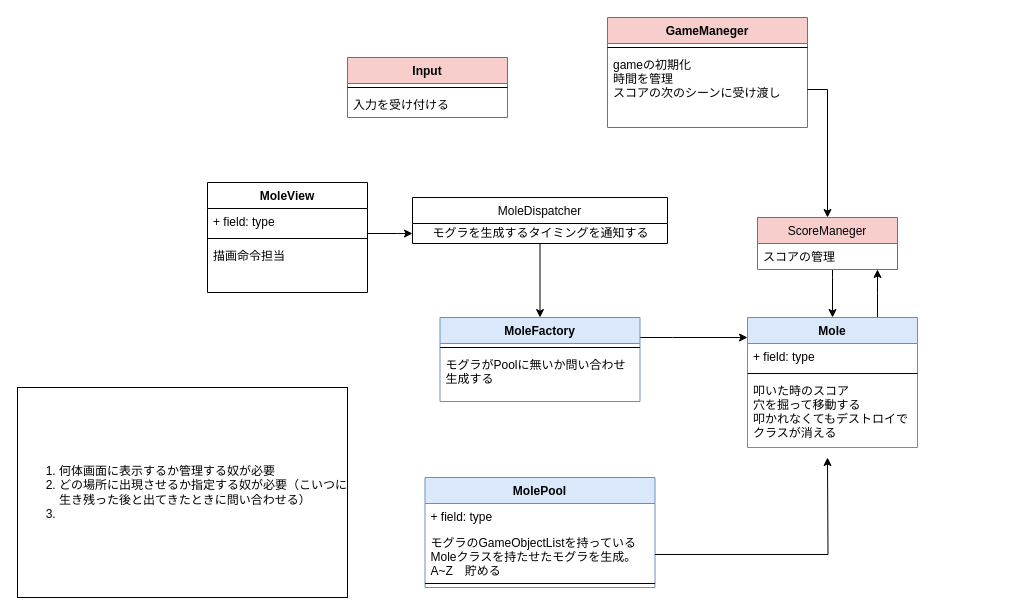
This is Untitled Diagram.drawio from yanoharuto/Unity1Week, a draw.io file, before an edit. Source tidied: cells renumbered, new cells numbered last; positions are measured from the earlier drawing's top-left corner, leaving out a move shared by most shapes. Both pictures are drawn from the tidied source at 100%, with x=0, y=0 at pixel (17, 17).
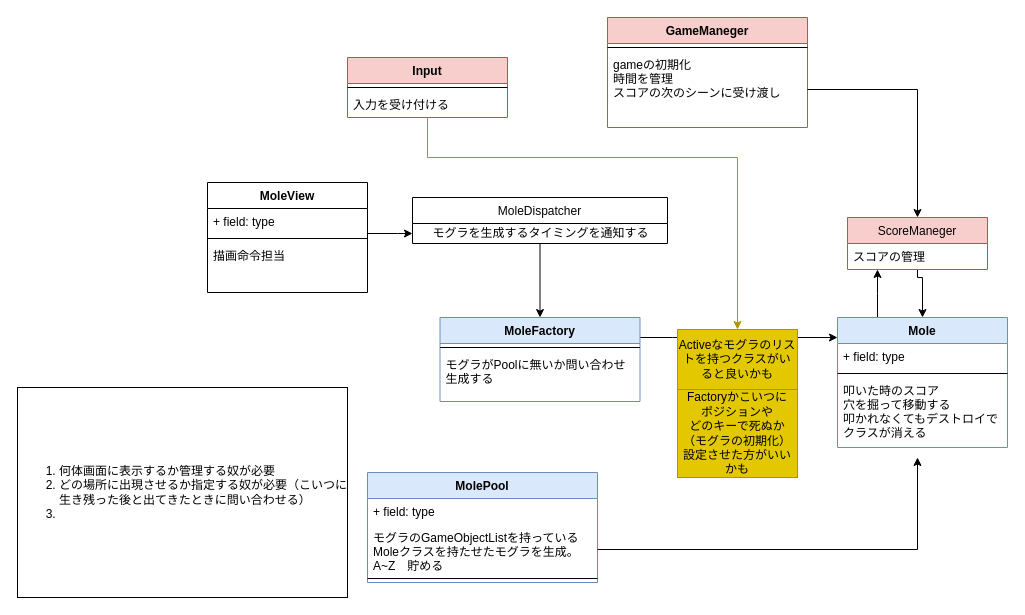
After the change.

Unchanged cells that the change refers to:
```xml
<mxCell id="4" value="入力を受け付ける" style="text;strokeColor=none;fillColor=none;align=left;verticalAlign=top;spacingLeft=4;spacingRight=4;overflow=hidden;points=[[0,0.5],[1,0.5]];portConstraint=eastwest;" parent="2" vertex="1">
  <mxGeometry y="34" width="160" height="26" as="geometry" />
</mxCell>
<mxCell id="15" value="モグラのGameObjectListを持っている&#10;Moleクラスを持たせたモグラを生成。&#10;A~Z　貯める" style="text;strokeColor=none;fillColor=none;align=left;verticalAlign=top;spacingLeft=4;spacingRight=4;overflow=hidden;points=[[0,0.5],[1,0.5]];portConstraint=eastwest;" parent="13" vertex="1">
  <mxGeometry y="52" width="230" height="50" as="geometry" />
</mxCell>
```

Change to the diagram source:
```diff
@@
     <mxCell id="9" value="Mole" style="swimlane;fontStyle=1;align=center;verticalAlign=top;horizontal=1;startSize=26;fillColor=#dae8fc;strokeColor=#6c8ebf;" parent="1" vertex="1">
-      <mxGeometry x="730" y="300" width="170" height="130" as="geometry" />
+      <mxGeometry x="820" y="300" width="170" height="130" as="geometry" />
     </mxCell>
@@
     <mxCell id="13" value="MolePool" style="swimlane;fontStyle=1;align=center;verticalAlign=top;horizontal=1;startSize=26;fillColor=#dae8fc;strokeColor=#6c8ebf;" parent="1" vertex="1">
-      <mxGeometry x="407.5" y="460" width="230" height="110" as="geometry" />
+      <mxGeometry x="350" y="455" width="230" height="110" as="geometry" />
     </mxCell>
@@
     <mxCell id="28" style="edgeStyle=orthogonalEdgeStyle;rounded=0;jettySize=auto;html=1;entryX=0.5;entryY=0;entryDx=0;entryDy=0;" parent="1" edge="1" source="29" target="9">
       <mxGeometry relative="1" as="geometry">
         <Array as="points">
-          <mxPoint x="815" y="260" />
-          <mxPoint x="815" y="260" />
+          <mxPoint x="900" y="260" />
+          <mxPoint x="905" y="260" />
         </Array>
       </mxGeometry>
     </mxCell>
     <mxCell id="29" value="ScoreManeger" style="swimlane;fontStyle=0;horizontal=1;startSize=26;fillColor=#f8cecc;strokeColor=#b85450;" parent="1" vertex="1">
-      <mxGeometry x="740" y="200" width="140" height="52" as="geometry" />
+      <mxGeometry x="830" y="200" width="140" height="52" as="geometry" />
     </mxCell>
@@
     <mxCell id="34" style="edgeStyle=orthogonalEdgeStyle;rounded=0;jettySize=auto;html=1;" parent="1" edge="1" source="15">
       <mxGeometry relative="1" as="geometry">
-        <mxPoint x="810" y="440" as="targetPoint" />
+        <mxPoint x="900" y="440" as="targetPoint" />
+        <Array as="points">
+          <mxPoint x="900" y="532" />
+          <mxPoint x="900" y="440" />
+        </Array>
       </mxGeometry>
     </mxCell>
+    <mxCell id="35" value="Activeなモグラのリストを持つクラスがいると良いかも" style="rounded=0;whiteSpace=wrap;html=1;fillColor=#e3c800;fontColor=#000000;strokeColor=#B09500;" parent="1" vertex="1">
+      <mxGeometry x="660" y="312" width="120" height="60" as="geometry" />
+    </mxCell>
+    <mxCell id="36" style="edgeStyle=orthogonalEdgeStyle;rounded=0;jettySize=auto;html=1;entryX=0.5;entryY=0;entryDx=0;entryDy=0;fillColor=#e3c800;strokeColor=#B09500;" parent="1" edge="1" source="4" target="35">
+      <mxGeometry relative="1" as="geometry">
+        <Array as="points">
+          <mxPoint x="410" y="140" />
+          <mxPoint x="720" y="140" />
+        </Array>
+      </mxGeometry>
+    </mxCell>
+    <mxCell id="37" value="Factoryかこいつに&lt;br&gt;ポジションや&lt;br&gt;どのキーで死ぬか&lt;br&gt;（モグラの初期化）設定させた方がいいかも" style="rounded=0;whiteSpace=wrap;html=1;fillColor=#e3c800;fontColor=#000000;strokeColor=#B09500;" parent="1" vertex="1">
+      <mxGeometry x="660" y="372" width="120" height="88" as="geometry" />
+    </mxCell>
```
